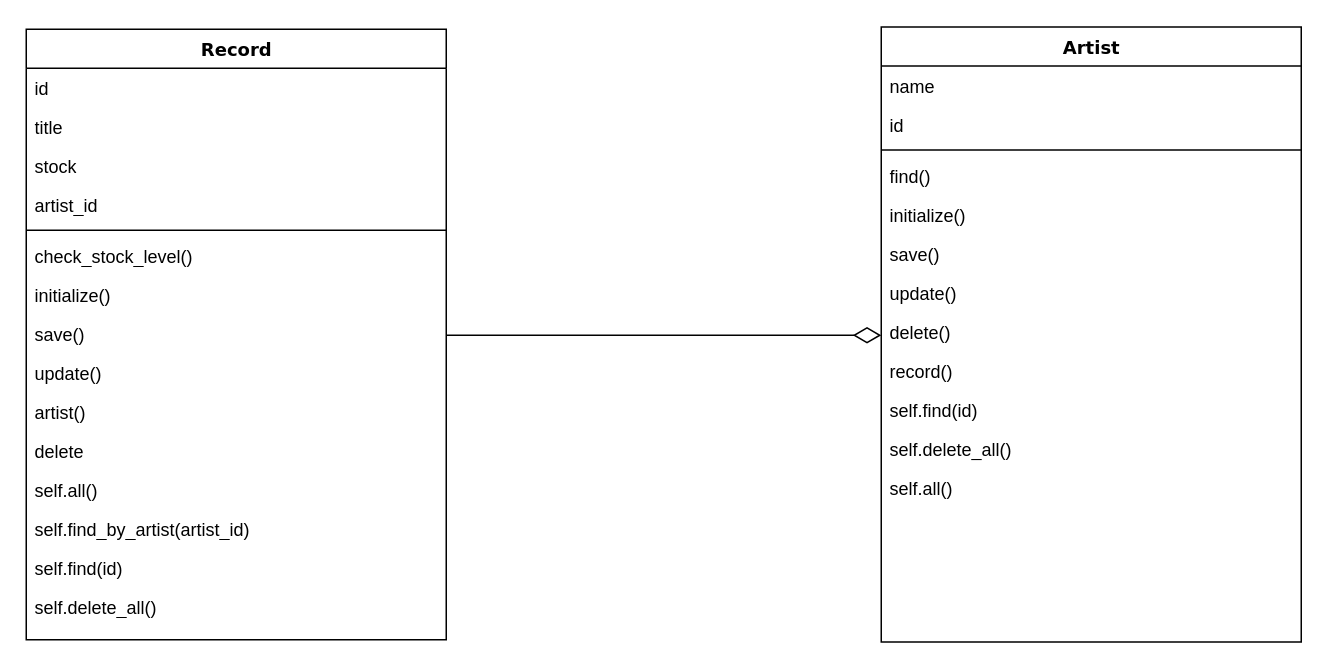
This is Untitled Diagram.drawio from dnbhed/record-store-solo-project, a draw.io file, before an edit. Source tidied: cells renumbered, new cells numbered last; positions are measured from the earlier drawing's top-left corner, leaving out a move shared by most shapes. Both pictures are drawn from the tidied source at 150%, with x=0, y=0 at pixel (26, 27).
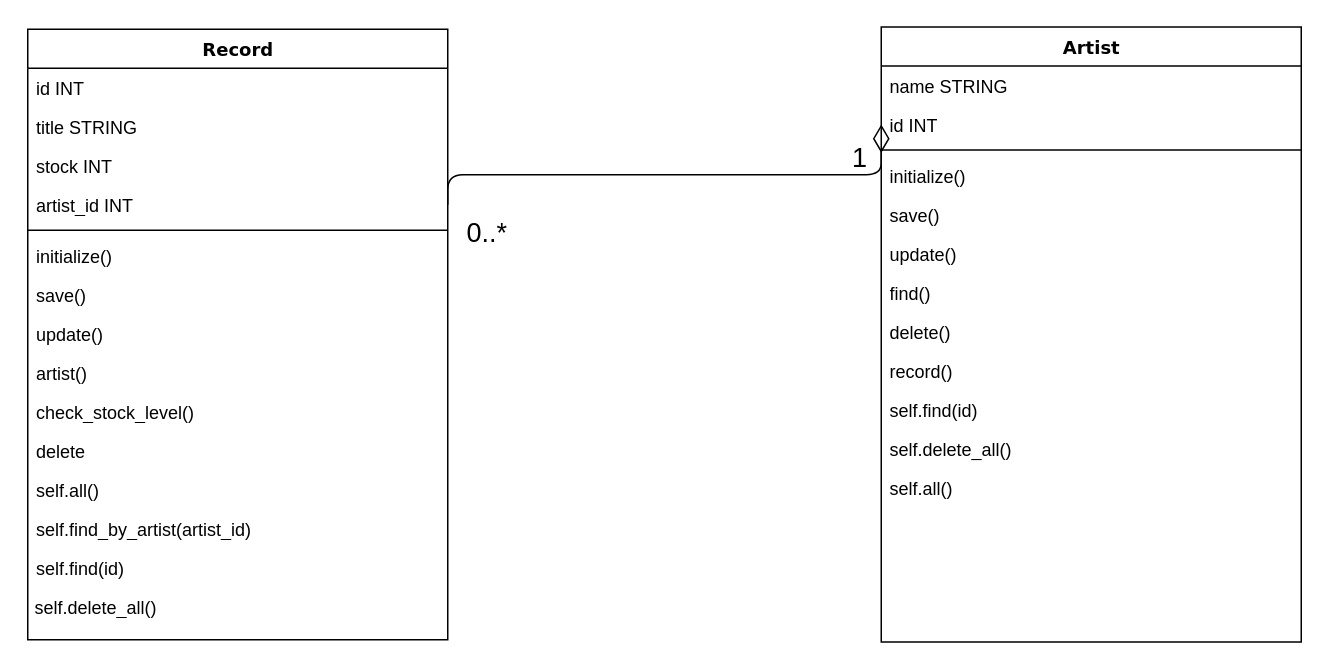
The same page after the edit.

The change refers to these unchanged cells:
```xml
<mxCell id="17" value="Artist" style="swimlane;html=1;fontStyle=1;align=center;verticalAlign=top;horizontal=1;startSize=26;swimlaneFillColor=#ffffff;rounded=0;shadow=0;comic=0;labelBackgroundColor=none;strokeColor=#000000;strokeWidth=1;fillColor=none;fontFamily=Verdana;fontSize=12;fontColor=#000000;" parent="1" vertex="1">
  <mxGeometry x="570" y="-0.5" width="280" height="410" as="geometry" />
</mxCell>
```

Change to the diagram source:
```diff
@@
     <mxCell id="2" value="Record" style="swimlane;html=1;fontStyle=1;align=center;verticalAlign=top;horizontal=1;startSize=26;swimlaneFillColor=#ffffff;rounded=0;shadow=0;comic=0;labelBackgroundColor=none;strokeColor=#000000;strokeWidth=1;fillColor=none;fontFamily=Verdana;fontSize=12;fontColor=#000000;" parent="1" vertex="1">
-      <mxGeometry y="1" width="280" height="407" as="geometry" />
+      <mxGeometry x="1" y="1" width="280" height="407" as="geometry" />
     </mxCell>
-    <mxCell id="3" value="id" style="text;html=1;strokeColor=none;fillColor=none;align=left;verticalAlign=top;spacingLeft=4;spacingRight=4;whiteSpace=wrap;overflow=hidden;" parent="2" vertex="1">
+    <mxCell id="3" value="id INT" style="text;html=1;strokeColor=none;fillColor=none;align=left;verticalAlign=top;spacingLeft=4;spacingRight=4;whiteSpace=wrap;overflow=hidden;" parent="2" vertex="1">
       <mxGeometry y="26" width="280" height="26" as="geometry" />
     </mxCell>
-    <mxCell id="4" value="title" style="text;html=1;strokeColor=none;fillColor=none;align=left;verticalAlign=top;spacingLeft=4;spacingRight=4;whiteSpace=wrap;overflow=hidden;" parent="2" vertex="1">
+    <mxCell id="4" value="title STRING" style="text;html=1;strokeColor=none;fillColor=none;align=left;verticalAlign=top;spacingLeft=4;spacingRight=4;whiteSpace=wrap;overflow=hidden;" parent="2" vertex="1">
       <mxGeometry y="52" width="280" height="26" as="geometry" />
     </mxCell>
-    <mxCell id="5" value="stock" style="text;html=1;strokeColor=none;fillColor=none;align=left;verticalAlign=top;spacingLeft=4;spacingRight=4;whiteSpace=wrap;overflow=hidden;" parent="2" vertex="1">
+    <mxCell id="5" value="stock INT" style="text;html=1;strokeColor=none;fillColor=none;align=left;verticalAlign=top;spacingLeft=4;spacingRight=4;whiteSpace=wrap;overflow=hidden;" parent="2" vertex="1">
       <mxGeometry y="78" width="280" height="26" as="geometry" />
     </mxCell>
-    <mxCell id="6" value="artist_id" style="text;html=1;strokeColor=none;fillColor=none;align=left;verticalAlign=top;spacingLeft=4;spacingRight=4;whiteSpace=wrap;overflow=hidden;points=[[0,0.5],[1,0.5]];portConstraint=eastwest;" parent="2" vertex="1">
+    <mxCell id="6" value="artist_id INT" style="text;html=1;strokeColor=none;fillColor=none;align=left;verticalAlign=top;spacingLeft=4;spacingRight=4;whiteSpace=wrap;overflow=hidden;points=[[0,0.5],[1,0.5]];portConstraint=eastwest;" parent="2" vertex="1">
       <mxGeometry y="104" width="280" height="26" as="geometry" />
     </mxCell>
@@
-    <mxCell id="8" value="check_stock_level()" style="text;html=1;strokeColor=none;fillColor=none;align=left;verticalAlign=top;spacingLeft=4;spacingRight=4;whiteSpace=wrap;overflow=hidden;" parent="2" vertex="1">
-      <mxGeometry y="138" width="280" height="26" as="geometry" />
-    </mxCell>
     <mxCell id="9" value="initialize()" style="text;html=1;strokeColor=none;fillColor=none;align=left;verticalAlign=top;spacingLeft=4;spacingRight=4;whiteSpace=wrap;overflow=hidden;" parent="2" vertex="1">
-      <mxGeometry y="164" width="280" height="26" as="geometry" />
+      <mxGeometry y="138" width="280" height="26" as="geometry" />
     </mxCell>
     <mxCell id="10" value="save()" style="text;html=1;strokeColor=none;fillColor=none;align=left;verticalAlign=top;spacingLeft=4;spacingRight=4;whiteSpace=wrap;overflow=hidden;" parent="2" vertex="1">
-      <mxGeometry y="190" width="280" height="26" as="geometry" />
+      <mxGeometry y="164" width="280" height="26" as="geometry" />
     </mxCell>
     <mxCell id="11" value="update()" style="text;html=1;strokeColor=none;fillColor=none;align=left;verticalAlign=top;spacingLeft=4;spacingRight=4;whiteSpace=wrap;overflow=hidden;" parent="2" vertex="1">
-      <mxGeometry y="216" width="280" height="26" as="geometry" />
+      <mxGeometry y="190" width="280" height="26" as="geometry" />
     </mxCell>
     <mxCell id="12" value="artist()" style="text;html=1;strokeColor=none;fillColor=none;align=left;verticalAlign=top;spacingLeft=4;spacingRight=4;whiteSpace=wrap;overflow=hidden;" parent="2" vertex="1">
-      <mxGeometry y="242" width="280" height="26" as="geometry" />
+      <mxGeometry y="216" width="280" height="26" as="geometry" />
     </mxCell>
+    <mxCell id="8" value="check_stock_level()" style="text;html=1;strokeColor=none;fillColor=none;align=left;verticalAlign=top;spacingLeft=4;spacingRight=4;whiteSpace=wrap;overflow=hidden;" parent="2" vertex="1">
+      <mxGeometry y="242" width="280" height="26" as="geometry" />
+    </mxCell>
@@
-    <mxCell id="18" value="name" style="text;html=1;strokeColor=none;fillColor=none;align=left;verticalAlign=top;spacingLeft=4;spacingRight=4;whiteSpace=wrap;overflow=hidden;" parent="17" vertex="1">
+    <mxCell id="18" value="name STRING" style="text;html=1;strokeColor=none;fillColor=none;align=left;verticalAlign=top;spacingLeft=4;spacingRight=4;whiteSpace=wrap;overflow=hidden;" parent="17" vertex="1">
       <mxGeometry y="26" width="280" height="26" as="geometry" />
     </mxCell>
-    <mxCell id="19" value="id" style="text;html=1;strokeColor=none;fillColor=none;align=left;verticalAlign=top;spacingLeft=4;spacingRight=4;whiteSpace=wrap;overflow=hidden;points=[[0,0.5],[1,0.5]];portConstraint=eastwest;" parent="17" vertex="1">
+    <mxCell id="19" value="id INT" style="text;html=1;strokeColor=none;fillColor=none;align=left;verticalAlign=top;spacingLeft=4;spacingRight=4;whiteSpace=wrap;overflow=hidden;points=[[0,0.5],[1,0.5]];portConstraint=eastwest;" parent="17" vertex="1">
       <mxGeometry y="52" width="280" height="26" as="geometry" />
     </mxCell>
@@
-    <mxCell id="21" value="find()" style="text;html=1;strokeColor=none;fillColor=none;align=left;verticalAlign=top;spacingLeft=4;spacingRight=4;whiteSpace=wrap;overflow=hidden;" parent="17" vertex="1">
-      <mxGeometry y="86" width="280" height="26" as="geometry" />
-    </mxCell>
     <mxCell id="22" value="initialize()" style="text;html=1;strokeColor=none;fillColor=none;align=left;verticalAlign=top;spacingLeft=4;spacingRight=4;whiteSpace=wrap;overflow=hidden;" parent="17" vertex="1">
-      <mxGeometry y="112" width="280" height="26" as="geometry" />
+      <mxGeometry y="86" width="280" height="26" as="geometry" />
     </mxCell>
     <mxCell id="23" value="save()" style="text;html=1;strokeColor=none;fillColor=none;align=left;verticalAlign=top;spacingLeft=4;spacingRight=4;whiteSpace=wrap;overflow=hidden;" parent="17" vertex="1">
-      <mxGeometry y="138" width="280" height="26" as="geometry" />
+      <mxGeometry y="112" width="280" height="26" as="geometry" />
     </mxCell>
     <mxCell id="24" value="update()" style="text;html=1;strokeColor=none;fillColor=none;align=left;verticalAlign=top;spacingLeft=4;spacingRight=4;whiteSpace=wrap;overflow=hidden;" parent="17" vertex="1">
-      <mxGeometry y="164" width="280" height="26" as="geometry" />
+      <mxGeometry y="138" width="280" height="26" as="geometry" />
     </mxCell>
+    <mxCell id="21" value="find()" style="text;html=1;strokeColor=none;fillColor=none;align=left;verticalAlign=top;spacingLeft=4;spacingRight=4;whiteSpace=wrap;overflow=hidden;" parent="17" vertex="1">
+      <mxGeometry y="164" width="280" height="26" as="geometry" />
+    </mxCell>
@@
-    <mxCell id="30" style="edgeStyle=elbowEdgeStyle;html=1;labelBackgroundColor=none;startFill=0;startSize=8;endArrow=diamondThin;endFill=0;endSize=16;fontFamily=Verdana;fontSize=12;elbow=vertical;" parent="1" edge="1" source="2" target="17">
-      <mxGeometry relative="1" as="geometry" />
+    <mxCell id="30" style="edgeStyle=elbowEdgeStyle;html=1;labelBackgroundColor=none;startFill=0;startSize=8;endArrow=diamondThin;endFill=0;endSize=16;fontFamily=Verdana;fontSize=12;elbow=vertical;exitX=1;exitY=0.5;exitDx=0;exitDy=0;entryX=0;entryY=0.5;entryDx=0;entryDy=0;" parent="1" edge="1" source="6" target="19">
+      <mxGeometry relative="1" as="geometry">
+        <Array as="points">
+          <mxPoint x="360" y="98" />
+          <mxPoint x="390" y="68" />
+          <mxPoint x="570" y="68" />
+          <mxPoint x="400" y="118" />
+          <mxPoint x="440" y="118" />
+        </Array>
+      </mxGeometry>
     </mxCell>
@@
+    <mxCell id="32" value="&lt;font style=&quot;font-size: 18px&quot;&gt;0..*&lt;/font&gt;" style="text;html=1;align=left;verticalAlign=top;spacingTop=-4;" parent="1" vertex="1">
+      <mxGeometry x="292" y="124" width="40" height="20" as="geometry" />
+    </mxCell>
+    <mxCell id="33" value="&lt;font style=&quot;font-size: 18px&quot;&gt;1&lt;/font&gt;" style="text;html=1;align=left;verticalAlign=top;spacingTop=-4;" parent="1" vertex="1">
+      <mxGeometry x="549" y="74" width="30" height="20" as="geometry" />
+    </mxCell>
```
